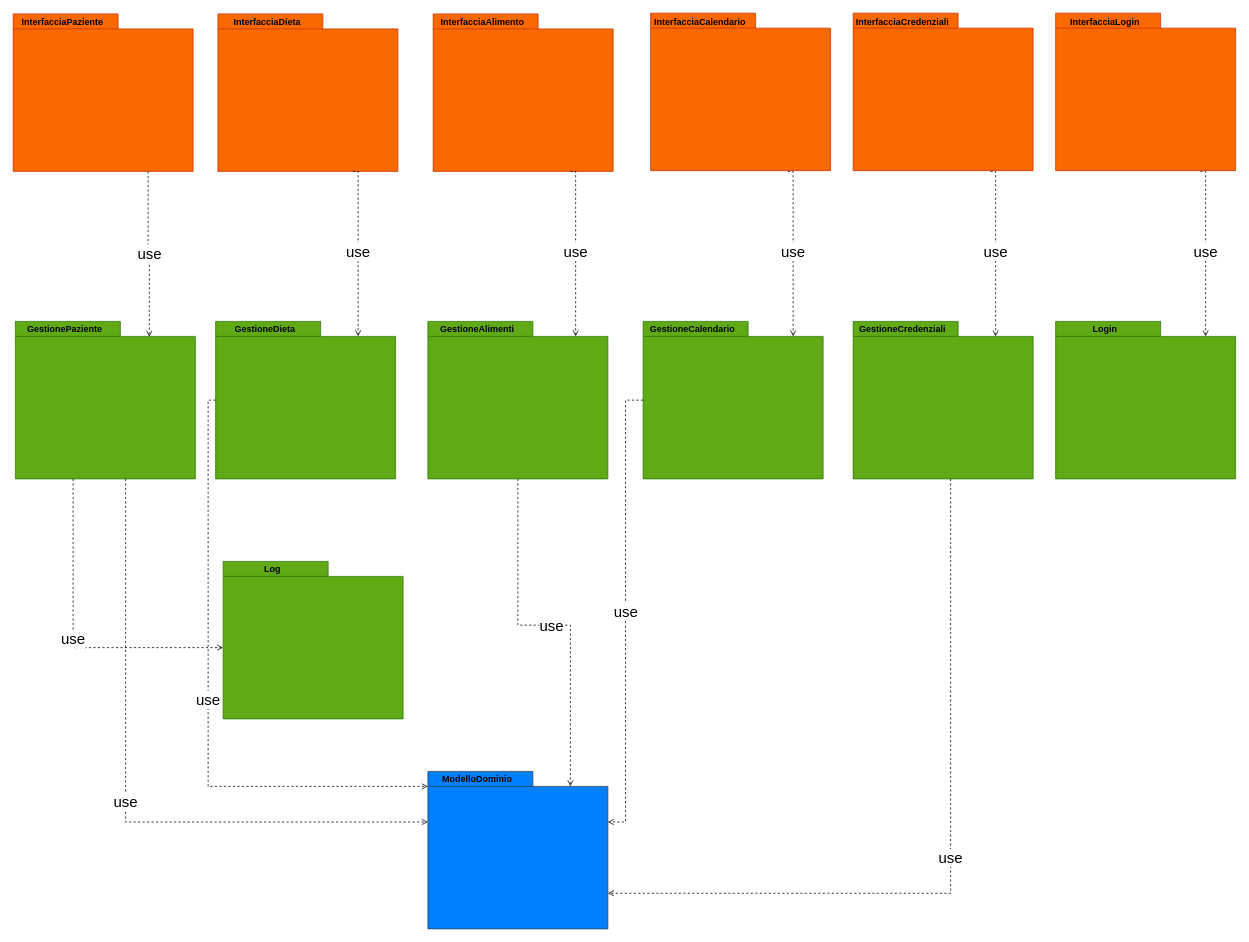
Earlier version of the draw.io diagram UML/diagramma package.drawio (DeborohNoah/IngSoft). Source tidied: cells renumbered, new cells numbered last; positions are measured from the earlier drawing's top-left corner, leaving out a move shared by most shapes. Both pictures are drawn from the tidied source at 75%, with x=0, y=0 at pixel (13, 13).
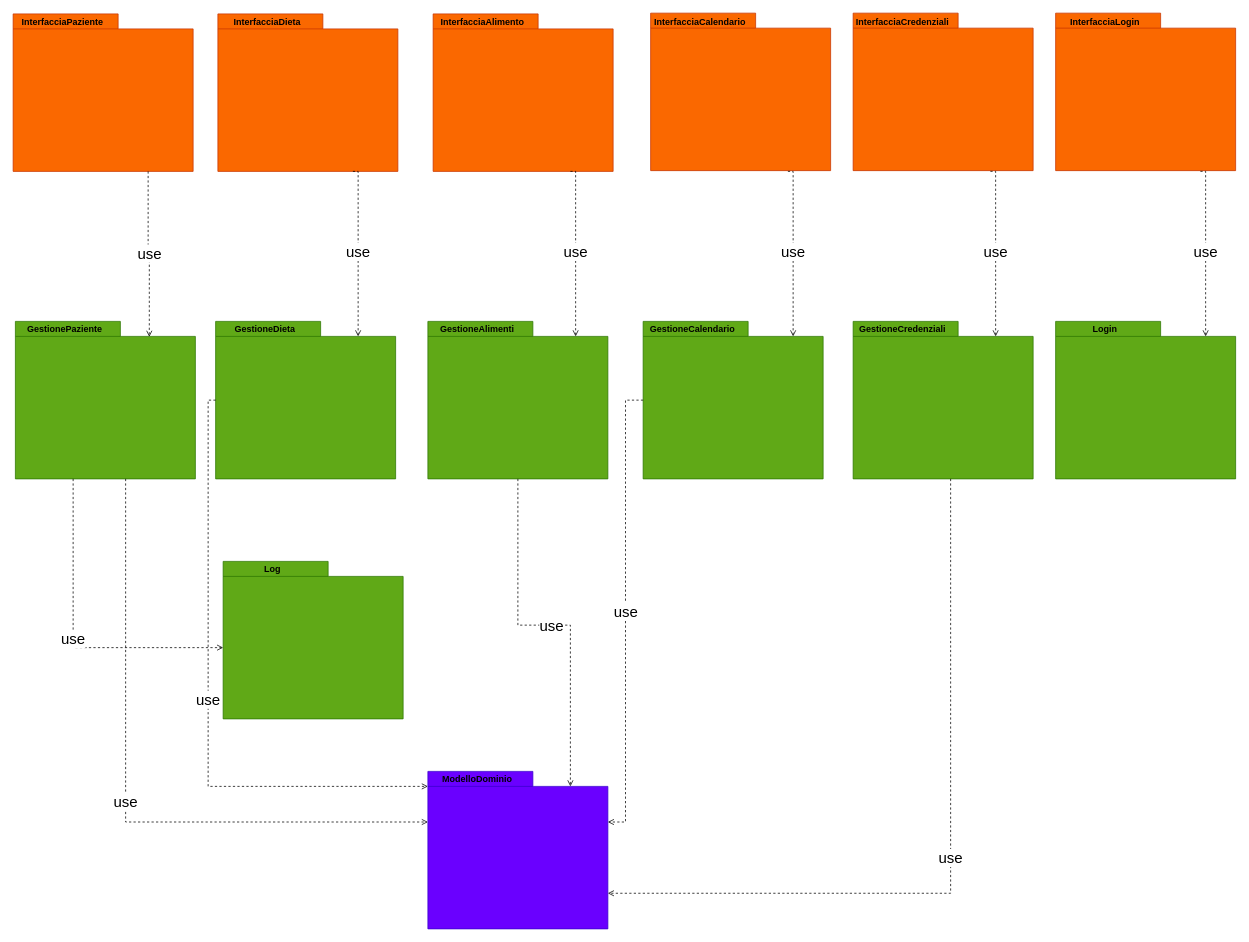
The same diagram, later.

Commit message (it also covers changes not shown here):
Aggiornamento colore

Unchanged cells that the change refers to:
```xml
<mxCell id="2" style="group;" parent="1" vertex="1">
  <mxGeometry x="553" y="1011" width="240" height="210" as="geometry" />
</mxCell>
```

What changed in the source:
```diff
@@
-    <mxCell id="3" style="shape=folder;fontStyle=1;spacingTop=10;tabWidth=140;tabHeight=20;tabPosition=left;html=1;fillColor=#007FFF;strokeColor=#314354;fontColor=#ffffff;" parent="2" vertex="1">
+    <mxCell id="3" style="shape=folder;fontStyle=1;spacingTop=10;tabWidth=140;tabHeight=20;tabPosition=left;html=1;fillColor=#6a00ff;strokeColor=#3700CC;fontColor=#ffffff;" parent="2" vertex="1">
       <mxGeometry width="240" height="210" as="geometry" />
     </mxCell>
```
